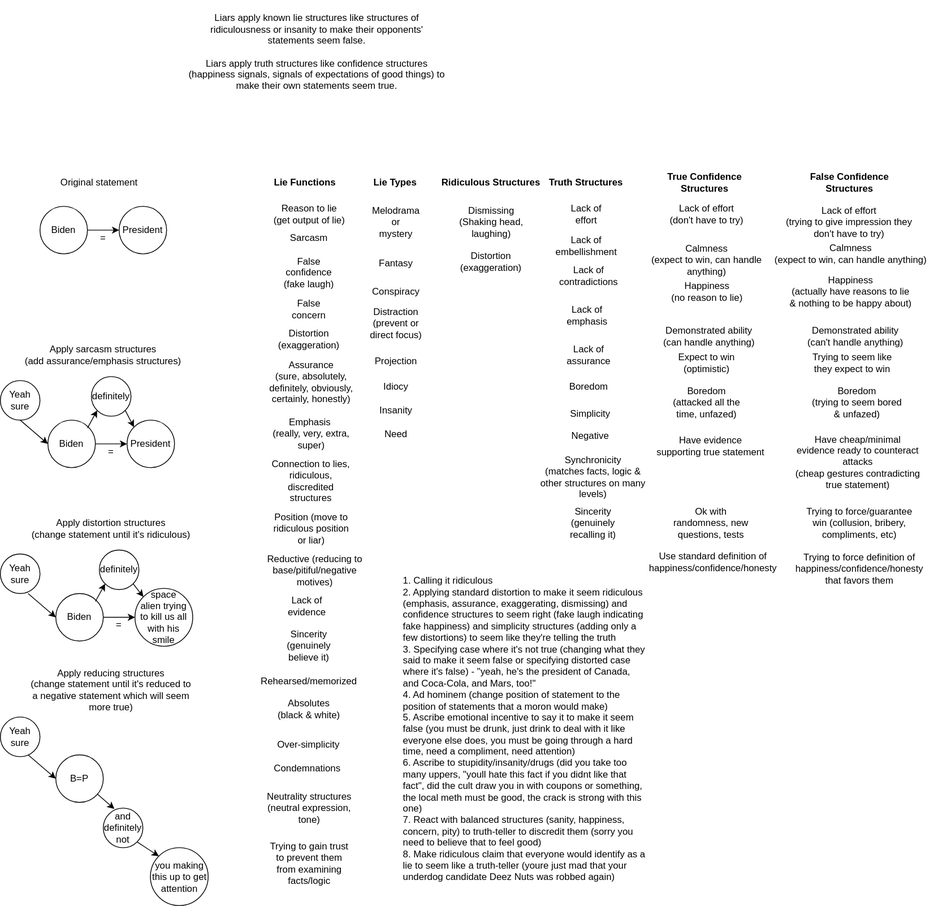
This is docs/objects/lie.svg from outdreamer/build-a-cure, a draw.io export, as it was before one commit. Source tidied: cells renumbered, new cells last; positions are measured from the earlier drawing's top-left corner, leaving out a move shared by most shapes.
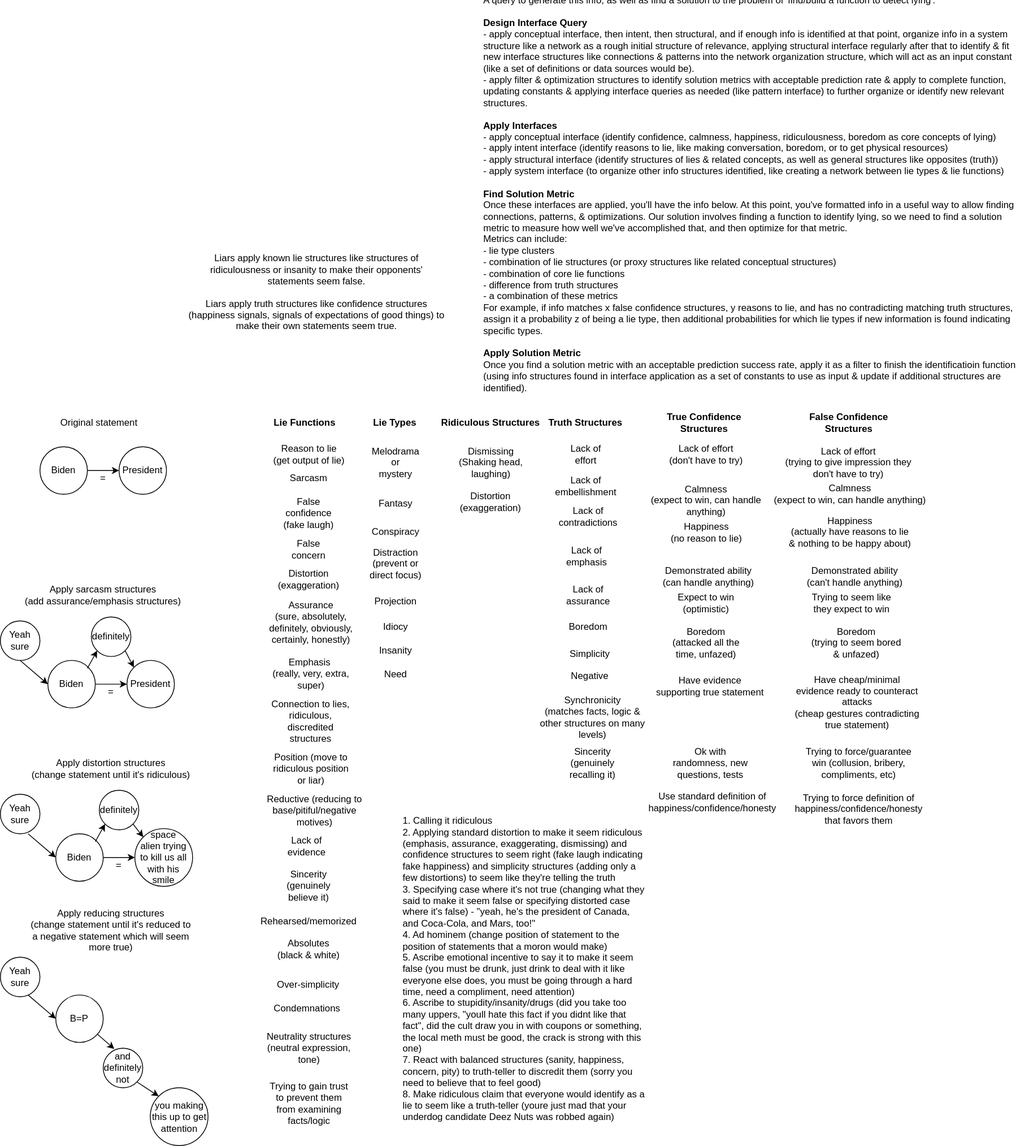
The same file after the commit.

What changed in the source:
```diff
@@ -301,5 +301,8 @@
     <mxCell id="98" value="Use standard definition of happiness/confidence/honesty" style="text;html=1;strokeColor=none;fillColor=none;align=center;verticalAlign=middle;whiteSpace=wrap;rounded=0;" parent="1" vertex="1">
       <mxGeometry x="829.8" y="699" width="141.2" height="20" as="geometry" />
     </mxCell>
+    <mxCell id="99" value="&lt;div style=&quot;text-align: left&quot;&gt;&lt;span&gt;A query to generate this info, as well as find a solution to the problem of 'find/build a function to detect lying':&lt;/span&gt;&lt;/div&gt;&lt;div style=&quot;text-align: left&quot;&gt;&lt;span&gt;&lt;br&gt;&lt;/span&gt;&lt;/div&gt;&lt;div style=&quot;text-align: left&quot;&gt;&lt;span&gt;&lt;b&gt;Design Interface Query&lt;/b&gt;&lt;/span&gt;&lt;/div&gt;&lt;div style=&quot;text-align: left&quot;&gt;&lt;span&gt;- apply conceptual interface, then intent, then structural, and if enough info is identified at that point, organize info in a system structure like a network as a rough initial structure of relevance, applying structural interface regularly after that to identify &amp;amp; fit new interface structures like connections &amp;amp; patterns into the network organization structure, which will act as an input constant (like a set of definitions or data sources would be).&lt;/span&gt;&lt;/div&gt;&lt;div style=&quot;text-align: left&quot;&gt;&lt;span&gt;- apply filter &amp;amp; optimization structures to identify solution metrics with acceptable prediction rate &amp;amp; apply to complete function, updating constants &amp;amp; applying interface queries as needed (like pattern interface) to further organize or identify new relevant structures.&lt;/span&gt;&lt;/div&gt;&lt;div style=&quot;text-align: left&quot;&gt;&lt;span&gt;&lt;br&gt;&lt;/span&gt;&lt;/div&gt;&lt;div style=&quot;text-align: left&quot;&gt;&lt;span&gt;&lt;b&gt;Apply Interfaces&lt;/b&gt;&lt;/span&gt;&lt;/div&gt;&lt;div style=&quot;text-align: left&quot;&gt;&lt;span&gt;- apply conceptual interface (identify confidence, calmness, happiness, ridiculousness, boredom as core concepts of lying)&lt;/span&gt;&lt;/div&gt;&lt;div style=&quot;text-align: left&quot;&gt;&lt;span&gt;- apply intent interface (identify reasons to lie, like making conversation, boredom, or to get physical resources)&lt;/span&gt;&lt;/div&gt;&lt;div style=&quot;text-align: left&quot;&gt;&lt;span&gt;- apply structural interface (identify structures of lies &amp;amp; related concepts, as well as general structures like opposites (truth))&lt;/span&gt;&lt;/div&gt;&lt;div style=&quot;text-align: left&quot;&gt;&lt;span&gt;- apply system interface (to organize other info structures identified, like creating a network between lie types &amp;amp; lie functions)&lt;/span&gt;&lt;/div&gt;&lt;div style=&quot;text-align: left&quot;&gt;&lt;span&gt;&lt;br&gt;&lt;/span&gt;&lt;/div&gt;&lt;div style=&quot;text-align: left&quot;&gt;&lt;span&gt;&lt;b&gt;Find Solution Metric&lt;/b&gt;&lt;/span&gt;&lt;/div&gt;&lt;div style=&quot;text-align: left&quot;&gt;&lt;span&gt;Once these interfaces are applied, you'll have the info below. At this point, you've formatted info in a useful way to allow finding connections, patterns, &amp;amp; optimizations. Our solution involves finding a function to identify lying, so we need to find a solution metric to measure how well we've accomplished that, and then optimize for that metric.&lt;/span&gt;&lt;/div&gt;&lt;div style=&quot;text-align: left&quot;&gt;&lt;span&gt;Metrics can include:&lt;/span&gt;&lt;/div&gt;&lt;div style=&quot;text-align: left&quot;&gt;&lt;span&gt;- lie type clusters&lt;/span&gt;&lt;/div&gt;&lt;div style=&quot;text-align: left&quot;&gt;&lt;span&gt;- combination of lie structures (or proxy structures like related conceptual structures)&lt;/span&gt;&lt;/div&gt;&lt;div style=&quot;text-align: left&quot;&gt;&lt;span&gt;- combination of core lie functions&lt;/span&gt;&lt;/div&gt;&lt;div style=&quot;text-align: left&quot;&gt;&lt;span&gt;- difference from truth structures&lt;/span&gt;&lt;/div&gt;&lt;div style=&quot;text-align: left&quot;&gt;&lt;span&gt;- a combination of these metrics&lt;/span&gt;&lt;/div&gt;&lt;div style=&quot;text-align: left&quot;&gt;&lt;span&gt;For example, if info matches x false confidence structures, y reasons to lie, and has no contradicting matching truth structures, assign it a probability z of being a lie type, then additional probabilities for which lie types if new information is found indicating specific types.&lt;/span&gt;&lt;/div&gt;&lt;div style=&quot;text-align: left&quot;&gt;&lt;span&gt;&lt;br&gt;&lt;/span&gt;&lt;/div&gt;&lt;div style=&quot;text-align: left&quot;&gt;&lt;span&gt;&lt;b&gt;Apply Solution Metric&lt;/b&gt;&lt;/span&gt;&lt;/div&gt;&lt;div style=&quot;text-align: left&quot;&gt;&lt;span&gt;Once you find a solution metric with an acceptable prediction success rate, apply it as a filter to finish the identificatioin function (using info structures found in interface application as a set of constants to use as input &amp;amp; update if additional structures are identified).&lt;/span&gt;&lt;/div&gt;&lt;div style=&quot;text-align: left&quot;&gt;&lt;span&gt;&lt;br&gt;&lt;/span&gt;&lt;/div&gt;&lt;div style=&quot;text-align: left&quot;&gt;&lt;span&gt;&lt;br&gt;&lt;/span&gt;&lt;/div&gt;" style="text;html=1;strokeColor=none;fillColor=none;align=center;verticalAlign=middle;whiteSpace=wrap;rounded=0;" parent="1" vertex="1">
+      <mxGeometry x="610" y="-110" width="690" height="130" as="geometry" />
+    </mxCell>
   </root>
 </mxGraphModel>
```
